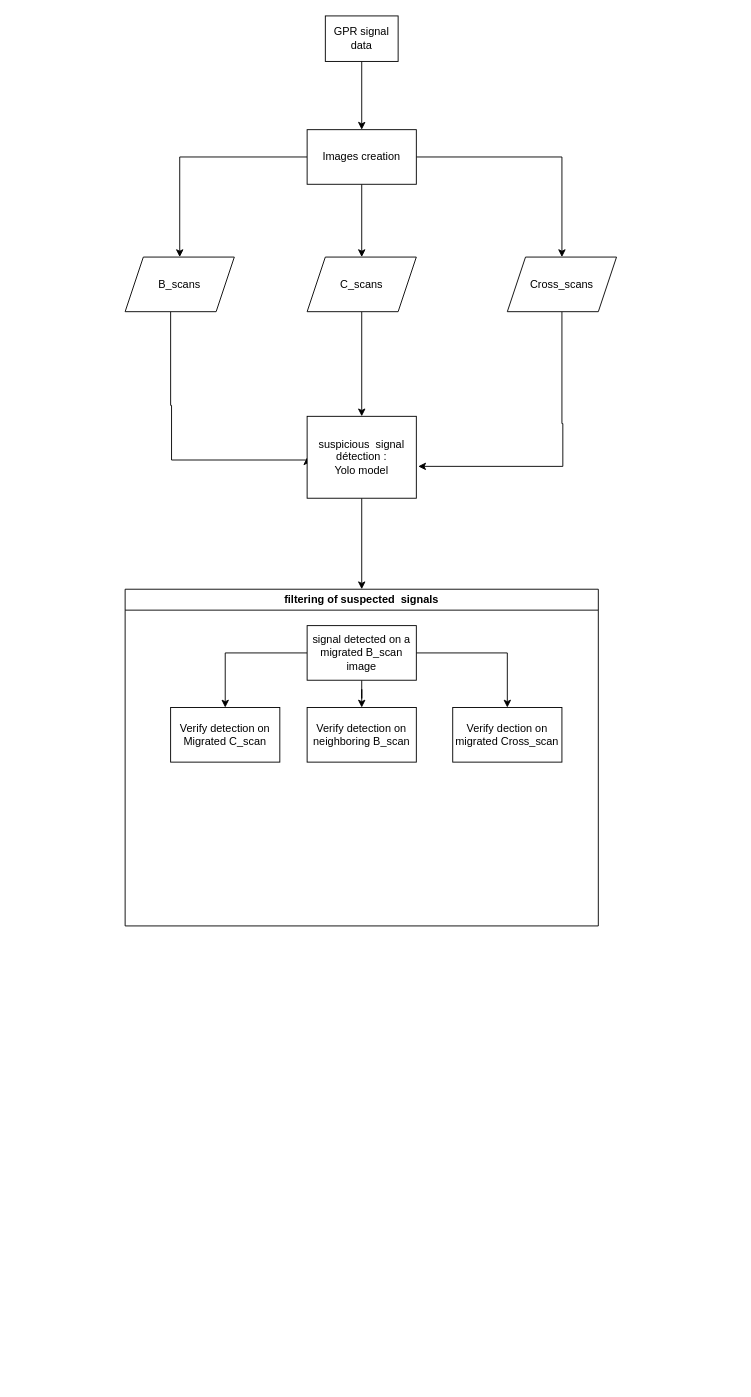
Above: Diagramme sans nom.drawio in Sidiplayer/Animal-Traking (draw.io), before the change. Source tidied: cells renumbered, new cells numbered last; positions are measured from the earlier drawing's top-left corner, leaving out a move shared by most shapes. Both pictures are drawn from the tidied source at 91%, with x=0, y=0 at pixel (125, 15).
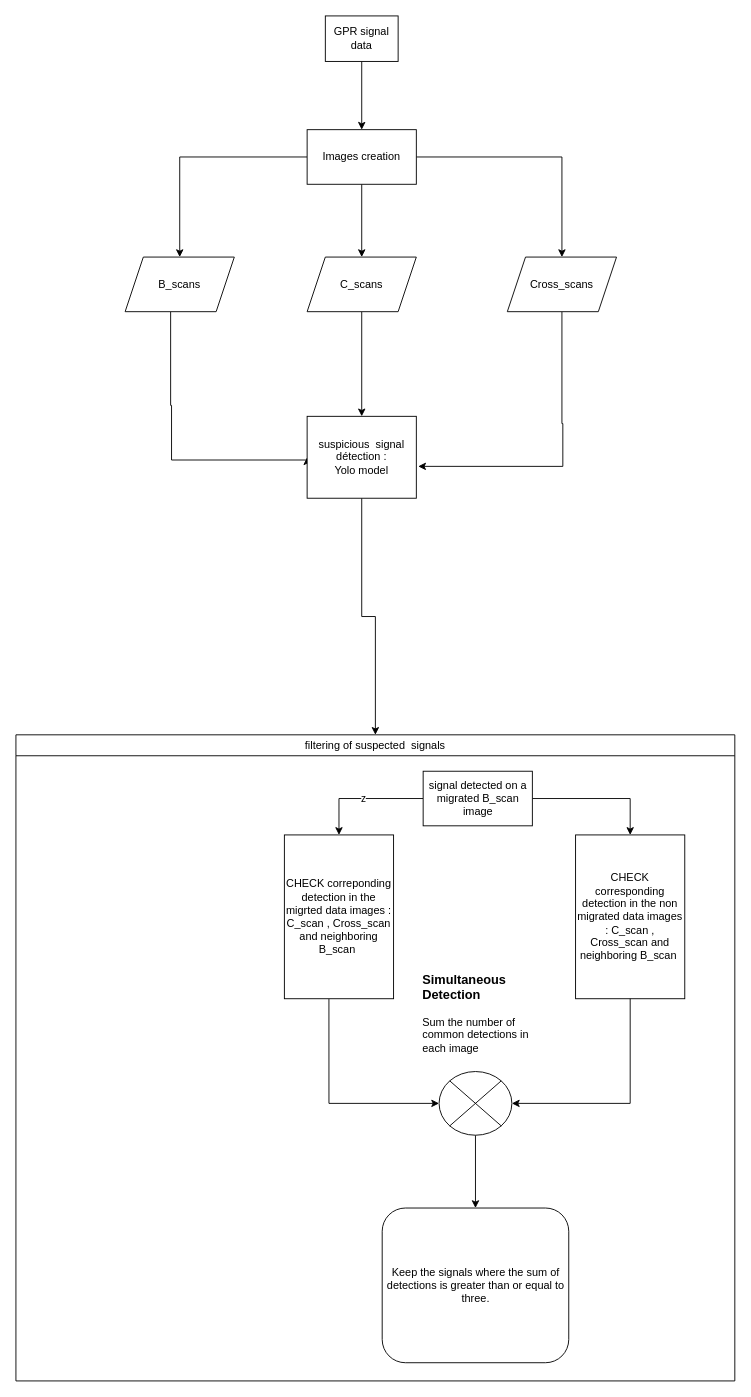
The same page after the edit.

Commit message (it also covers changes not shown here):
Mettre à jour Diagramme sans nom.drawio

Diff of the diagram source:
```diff
@@
-    <mxCell id="16" value="filtering of suspected&amp;nbsp; signals " style="swimlane;whiteSpace=wrap;html=1;" parent="1" vertex="1">
-      <mxGeometry y="630" width="520" height="370" as="geometry" />
+    <mxCell id="16" value="filtering of suspected&amp;nbsp; signals " style="swimlane;whiteSpace=wrap;html=1;fontStyle=0;" parent="1" vertex="1">
+      <mxGeometry x="-120" y="790" width="790" height="710" as="geometry" />
     </mxCell>
-    <mxCell id="17" style="edgeStyle=orthogonalEdgeStyle;rounded=0;jettySize=auto;html=1;" parent="16" edge="1" source="20" target="21">
-      <mxGeometry relative="1" as="geometry" />
-    </mxCell>
-    <mxCell id="18" style="edgeStyle=orthogonalEdgeStyle;rounded=0;jettySize=auto;html=1;" parent="16" edge="1" source="20" target="22">
-      <mxGeometry relative="1" as="geometry" />
-    </mxCell>
-    <mxCell id="19" style="edgeStyle=orthogonalEdgeStyle;rounded=0;jettySize=auto;html=1;" parent="16" edge="1" source="20" target="23">
-      <mxGeometry relative="1" as="geometry" />
-    </mxCell>
+    <mxCell id="24" value="z" style="edgeStyle=orthogonalEdgeStyle;rounded=0;jettySize=auto;html=1;" parent="16" edge="1" source="20" target="27">
+      <mxGeometry relative="1" as="geometry" />
+    </mxCell>
+    <mxCell id="25" style="edgeStyle=orthogonalEdgeStyle;rounded=0;jettySize=auto;html=1;exitX=1;exitY=0.5;exitDx=0;exitDy=0;" parent="16" edge="1" source="20" target="28">
+      <mxGeometry relative="1" as="geometry" />
+    </mxCell>
     <mxCell id="20" value="signal detected on a migrated B_scan image " style="rounded=0;whiteSpace=wrap;html=1;" parent="16" vertex="1">
-      <mxGeometry x="200" y="40" width="120" height="60" as="geometry" />
+      <mxGeometry x="447.5" y="40" width="120" height="60" as="geometry" />
     </mxCell>
-    <mxCell id="21" value="Verify detection on Migrated C_scan" style="rounded=0;whiteSpace=wrap;html=1;" parent="16" vertex="1">
-      <mxGeometry x="50" y="130" width="120" height="60" as="geometry" />
-    </mxCell>
-    <mxCell id="22" value="Verify detection on neighboring B_scan" style="rounded=0;whiteSpace=wrap;html=1;" parent="16" vertex="1">
-      <mxGeometry x="200" y="130" width="120" height="60" as="geometry" />
-    </mxCell>
-    <mxCell id="23" value="Verify dection on migrated Cross_scan" style="whiteSpace=wrap;html=1;rounded=0;" parent="16" vertex="1">
-      <mxGeometry x="360" y="130" width="120" height="60" as="geometry" />
-    </mxCell>
+    <mxCell id="26" style="edgeStyle=orthogonalEdgeStyle;rounded=0;jettySize=auto;html=1;exitX=0.408;exitY=1.002;exitDx=0;exitDy=0;exitPerimeter=0;entryX=0;entryY=0.5;entryDx=0;entryDy=0;" parent="16" edge="1" source="27" target="30">
+      <mxGeometry relative="1" as="geometry" />
+    </mxCell>
+    <mxCell id="27" value="CHECK correponding detection in the migrted data images : C_scan , Cross_scan and neighboring B_scan&amp;nbsp; " style="rounded=0;whiteSpace=wrap;html=1;" parent="16" vertex="1">
+      <mxGeometry x="295" y="110" width="120" height="180" as="geometry" />
+    </mxCell>
+    <mxCell id="28" value="CHECK corresponding detection in the non migrated data images : C_scan , Cross_scan and neighboring B_scan&amp;nbsp; " style="rounded=0;whiteSpace=wrap;html=1;" parent="16" vertex="1">
+      <mxGeometry x="615" y="110" width="120" height="180" as="geometry" />
+    </mxCell>
+    <mxCell id="29" style="edgeStyle=orthogonalEdgeStyle;rounded=0;jettySize=auto;html=1;" parent="16" edge="1" source="30" target="33">
+      <mxGeometry relative="1" as="geometry" />
+    </mxCell>
+    <mxCell id="30" style="shape=sumEllipse;perimeter=ellipsePerimeter;whiteSpace=wrap;html=1;backgroundOutline=1;" parent="16" vertex="1">
+      <mxGeometry x="465" y="370" width="80" height="70" as="geometry" />
+    </mxCell>
+    <mxCell id="31" style="edgeStyle=orthogonalEdgeStyle;rounded=0;jettySize=auto;html=1;entryX=1;entryY=0.5;entryDx=0;entryDy=0;exitX=0.5;exitY=1;exitDx=0;exitDy=0;" parent="16" edge="1" source="28" target="30">
+      <mxGeometry relative="1" as="geometry" />
+    </mxCell>
+    <mxCell id="32" value="&lt;h3&gt;Simultaneous Detection&lt;/h3&gt;&lt;p&gt;Sum the number of common detections in each image&lt;/p&gt;" style="text;html=1;whiteSpace=wrap;overflow=hidden;rounded=0;" parent="16" vertex="1">
+      <mxGeometry x="445" y="240" width="145" height="120" as="geometry" />
+    </mxCell>
+    <mxCell id="33" value="Keep the signals where the sum of detections is greater than or equal to three." style="rounded=1;whiteSpace=wrap;html=1;" parent="16" vertex="1">
+      <mxGeometry x="402.5" y="520" width="205" height="170" as="geometry" />
+    </mxCell>
```
